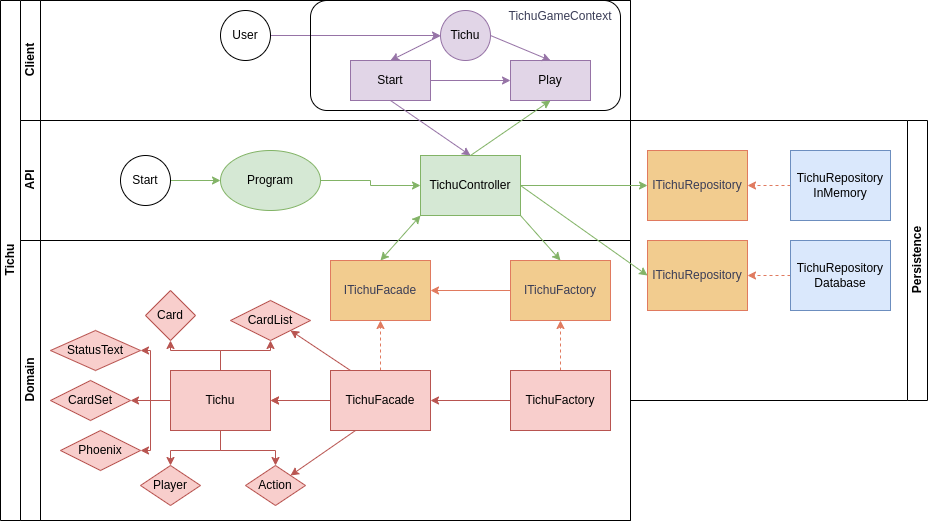
Above: architecture-diagram.drawio source.png in gerritmatthijs/ip-sogyo (draw.io), before the change. Source tidied: cells renumbered, new cells last; positions are measured from the earlier drawing's top-left corner, leaving out a move shared by most shapes.
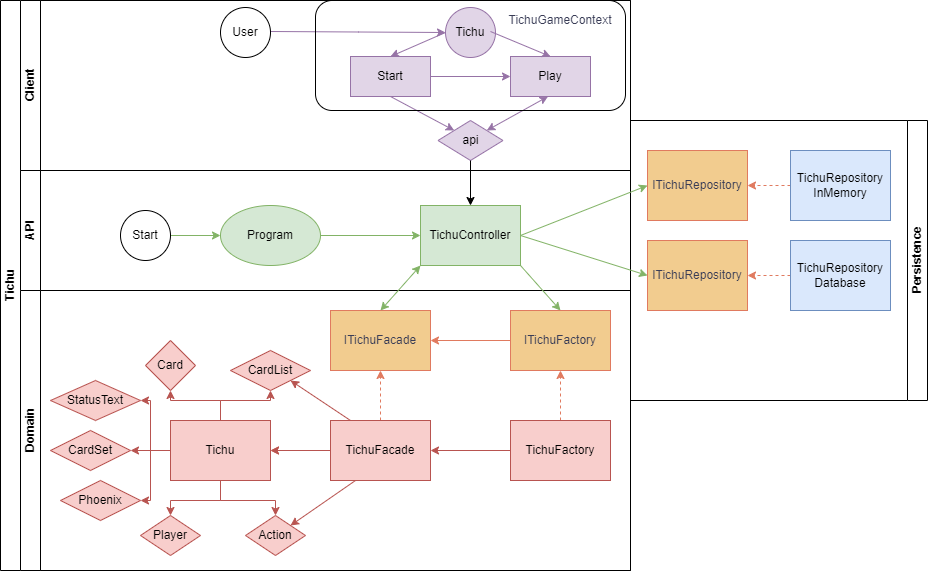
The same file after the commit.

Commit message:
Update architecture diagram

Change to the diagram source:
```diff
@@ -3,40 +3,52 @@
     <mxCell id="0" />
     <mxCell id="1" parent="0" />
     <mxCell id="2" value="Tichu" style="swimlane;html=1;horizontal=0;startSize=20;labelBackgroundColor=none;" parent="1" vertex="1">
-      <mxGeometry width="630" height="520" as="geometry" />
+      <mxGeometry width="630" height="570" as="geometry" />
     </mxCell>
     <mxCell id="3" value="Client" style="swimlane;html=1;startSize=20;horizontal=0;labelBackgroundColor=none;" parent="2" vertex="1">
-      <mxGeometry x="20" width="610" height="120" as="geometry" />
+      <mxGeometry x="20" width="610" height="170" as="geometry" />
     </mxCell>
     <mxCell id="4" style="edgeStyle=orthogonalEdgeStyle;rounded=0;jettySize=auto;html=1;strokeColor=#9673a6;fontColor=#393C56;fillColor=#e1d5e7;" parent="3" edge="1" source="5" target="6">
       <mxGeometry relative="1" as="geometry" />
     </mxCell>
     <mxCell id="5" value="Start" style="rounded=0;whiteSpace=wrap;html=1;fontFamily=Helvetica;fontSize=12;align=center;labelBackgroundColor=none;fillColor=#e1d5e7;strokeColor=#9673a6;" parent="3" vertex="1">
-      <mxGeometry x="330" y="60" width="80" height="40" as="geometry" />
+      <mxGeometry x="330" y="56" width="80" height="40" as="geometry" />
     </mxCell>
     <mxCell id="6" value="Play" style="rounded=0;whiteSpace=wrap;html=1;fontFamily=Helvetica;fontSize=12;align=center;labelBackgroundColor=none;fillColor=#e1d5e7;strokeColor=#9673a6;" parent="3" vertex="1">
-      <mxGeometry x="490" y="60" width="80" height="40" as="geometry" />
+      <mxGeometry x="490" y="56" width="80" height="40" as="geometry" />
     </mxCell>
     <mxCell id="7" value="Tichu" style="ellipse;whiteSpace=wrap;html=1;fillColor=#e1d5e7;strokeColor=#9673a6;rounded=0;labelBackgroundColor=none;" parent="3" vertex="1">
-      <mxGeometry x="420" y="10" width="50" height="50" as="geometry" />
+      <mxGeometry x="425" y="7" width="50" height="50" as="geometry" />
     </mxCell>
     <mxCell id="8" style="endArrow=classic;html=1;rounded=0;strokeColor=#9673a6;fontColor=#393C56;fillColor=#e1d5e7;exitX=0;exitY=0.5;exitDx=0;exitDy=0;entryX=0.5;entryY=0;entryDx=0;entryDy=0;" parent="3" edge="1" source="7" target="5">
       <mxGeometry relative="1" as="geometry" />
     </mxCell>
-    <mxCell id="9" style="endArrow=classic;html=1;rounded=0;strokeColor=#9673a6;fontColor=#393C56;fillColor=#e1d5e7;exitX=1;exitY=0.5;exitDx=0;exitDy=0;entryX=0.5;entryY=0;entryDx=0;entryDy=0;" parent="3" edge="1" source="7" target="6">
-      <mxGeometry relative="1" as="geometry" />
+    <mxCell id="9" style="endArrow=classic;html=1;rounded=0;strokeColor=#9673a6;fontColor=#393C56;fillColor=#e1d5e7;exitX=1;exitY=0.5;exitDx=0;exitDy=0;entryX=0.5;entryY=0;entryDx=0;entryDy=0;" parent="3" edge="1" target="6">
+      <mxGeometry relative="1" as="geometry">
+        <mxPoint x="470" y="31" as="sourcePoint" />
+      </mxGeometry>
     </mxCell>
-    <mxCell id="10" style="edgeStyle=orthogonalEdgeStyle;rounded=0;jettySize=auto;html=1;strokeColor=#9673a6;fontColor=#393C56;fillColor=#e1d5e7;entryX=0;entryY=0.5;entryDx=0;entryDy=0;" parent="3" edge="1" source="11" target="7">
-      <mxGeometry relative="1" as="geometry" />
+    <mxCell id="10" style="edgeStyle=orthogonalEdgeStyle;rounded=0;jettySize=auto;html=1;strokeColor=#9673a6;fontColor=#393C56;fillColor=#e1d5e7;entryX=0;entryY=0.5;entryDx=0;entryDy=0;" parent="3" edge="1" target="7">
+      <mxGeometry relative="1" as="geometry">
+        <mxPoint x="250" y="31" as="sourcePoint" />
+      </mxGeometry>
     </mxCell>
     <mxCell id="11" value="User" style="ellipse;whiteSpace=wrap;html=1;" parent="3" vertex="1">
-      <mxGeometry x="200" y="10" width="50" height="50" as="geometry" />
+      <mxGeometry x="200" y="7" width="50" height="50" as="geometry" />
     </mxCell>
-    <mxCell id="12" style="rounded=1;whiteSpace=wrap;html=1;fillColor=none;" parent="3" vertex="1">
-      <mxGeometry x="290" width="310" height="110" as="geometry" />
-    </mxCell>
+    <mxCell id="61" value="api" style="rhombus;whiteSpace=wrap;html=1;fillColor=#e1d5e7;strokeColor=#9673a6;" parent="3" vertex="1">
+      <mxGeometry x="417.5" y="120" width="65" height="40" as="geometry" />
+    </mxCell>
+    <mxCell id="62" style="endArrow=classic;html=1;rounded=0;exitX=0.5;exitY=1;exitDx=0;exitDy=0;entryX=0;entryY=0;entryDx=0;entryDy=0;fillColor=#e1d5e7;strokeColor=#9673a6;" parent="3" edge="1" source="5" target="61">
+      <mxGeometry relative="1" as="geometry" />
+    </mxCell>
+    <mxCell id="63" style="endArrow=classic;startArrow=classic;html=1;rounded=0;exitX=1;exitY=0;exitDx=0;exitDy=0;fillColor=#e1d5e7;strokeColor=#9673a6;" parent="3" edge="1" source="61">
+      <mxGeometry relative="1" as="geometry">
+        <mxPoint x="527.5" y="96" as="targetPoint" />
+      </mxGeometry>
+    </mxCell>
     <mxCell id="13" value="API" style="swimlane;html=1;startSize=20;horizontal=0;labelBackgroundColor=none;" parent="2" vertex="1">
-      <mxGeometry x="20" y="120" width="610" height="120" as="geometry" />
+      <mxGeometry x="20" y="170" width="610" height="120" as="geometry" />
     </mxCell>
     <mxCell id="14" value="TichuController" style="rounded=0;whiteSpace=wrap;html=1;fontFamily=Helvetica;fontSize=12;align=center;labelBackgroundColor=none;fillColor=#d5e8d4;strokeColor=#82b366;" parent="13" vertex="1">
       <mxGeometry x="400" y="35" width="100" height="60" as="geometry" />
@@ -45,21 +57,16 @@
       <mxGeometry relative="1" as="geometry" />
     </mxCell>
     <mxCell id="16" value="Program" style="ellipse;whiteSpace=wrap;html=1;strokeColor=#82b366;fillColor=#d5e8d4;" parent="13" vertex="1">
-      <mxGeometry x="200" y="30" width="100" height="60" as="geometry" />
+      <mxGeometry x="200" y="35" width="100" height="60" as="geometry" />
     </mxCell>
     <mxCell id="17" style="edgeStyle=orthogonalEdgeStyle;rounded=0;jettySize=auto;html=1;strokeColor=#82b366;fontColor=#393C56;fillColor=#d5e8d4;" parent="13" edge="1" source="18" target="16">
       <mxGeometry relative="1" as="geometry" />
     </mxCell>
     <mxCell id="18" value="Start" style="ellipse;whiteSpace=wrap;html=1;" parent="13" vertex="1">
-      <mxGeometry x="100" y="35" width="50" height="50" as="geometry" />
+      <mxGeometry x="100" y="40" width="50" height="50" as="geometry" />
     </mxCell>
-    <mxCell id="19" style="endArrow=classic;html=1;rounded=0;strokeColor=#82b366;fontColor=#393C56;fillColor=#d5e8d4;entryX=0.5;entryY=1;entryDx=0;entryDy=0;" parent="13" edge="1" target="6">
-      <mxGeometry relative="1" as="geometry">
-        <mxPoint x="450" y="35" as="sourcePoint" />
-      </mxGeometry>
-    </mxCell>
     <mxCell id="20" value="Domain" style="swimlane;html=1;startSize=20;horizontal=0;labelBackgroundColor=none;" parent="2" vertex="1">
-      <mxGeometry x="20" y="240" width="610" height="280" as="geometry" />
+      <mxGeometry x="20" y="290" width="610" height="280" as="geometry" />
     </mxCell>
     <mxCell id="21" value="ITichuFacade" style="rounded=0;whiteSpace=wrap;html=1;fontFamily=Helvetica;fontSize=12;fontColor=#393C56;align=center;labelBackgroundColor=none;fillColor=#F2CC8F;strokeColor=#E07A5F;" parent="20" vertex="1">
       <mxGeometry x="310" y="20" width="100" height="60" as="geometry" />
@@ -155,9 +162,9 @@
     <mxCell id="49" style="endArrow=classic;startArrow=classic;html=1;rounded=0;strokeColor=#82b366;fontColor=#393C56;fillColor=#d5e8d4;entryX=0;entryY=1;entryDx=0;entryDy=0;exitX=0.5;exitY=0;exitDx=0;exitDy=0;" parent="2" edge="1" source="21" target="14">
       <mxGeometry relative="1" as="geometry" />
     </mxCell>
-    <mxCell id="50" style="endArrow=classic;html=1;rounded=0;strokeColor=#9673a6;fontColor=#393C56;fillColor=#e1d5e7;exitX=0.5;exitY=1;exitDx=0;exitDy=0;entryX=0.5;entryY=0;entryDx=0;entryDy=0;" parent="2" edge="1" source="5" target="14">
-      <mxGeometry relative="1" as="geometry" />
-    </mxCell>
+    <mxCell id="64" style="edgeStyle=orthogonalEdgeStyle;rounded=0;jettySize=auto;html=1;" parent="2" edge="1" source="61" target="14">
+      <mxGeometry relative="1" as="geometry" />
+    </mxCell>
     <mxCell id="51" value="Persistence" style="swimlane;html=1;startSize=20;horizontal=0;labelBackgroundColor=none;direction=west;" parent="1" vertex="1">
       <mxGeometry x="630" y="120" width="297" height="280" as="geometry" />
     </mxCell>
@@ -188,7 +195,10 @@
       <mxGeometry relative="1" as="geometry" />
     </mxCell>
     <mxCell id="60" value="TichuGameContext" style="rounded=1;whiteSpace=wrap;html=1;strokeColor=none;fontColor=#393C56;fillColor=none;" parent="1" vertex="1">
-      <mxGeometry x="500" y="6" width="120" height="20" as="geometry" />
+      <mxGeometry x="500" y="10" width="120" height="20" as="geometry" />
     </mxCell>
+    <mxCell id="65" style="rounded=1;whiteSpace=wrap;html=1;fillColor=none;" parent="1" vertex="1">
+      <mxGeometry x="315" width="310" height="110" as="geometry" />
+    </mxCell>
   </root>
 </mxGraphModel>
```
